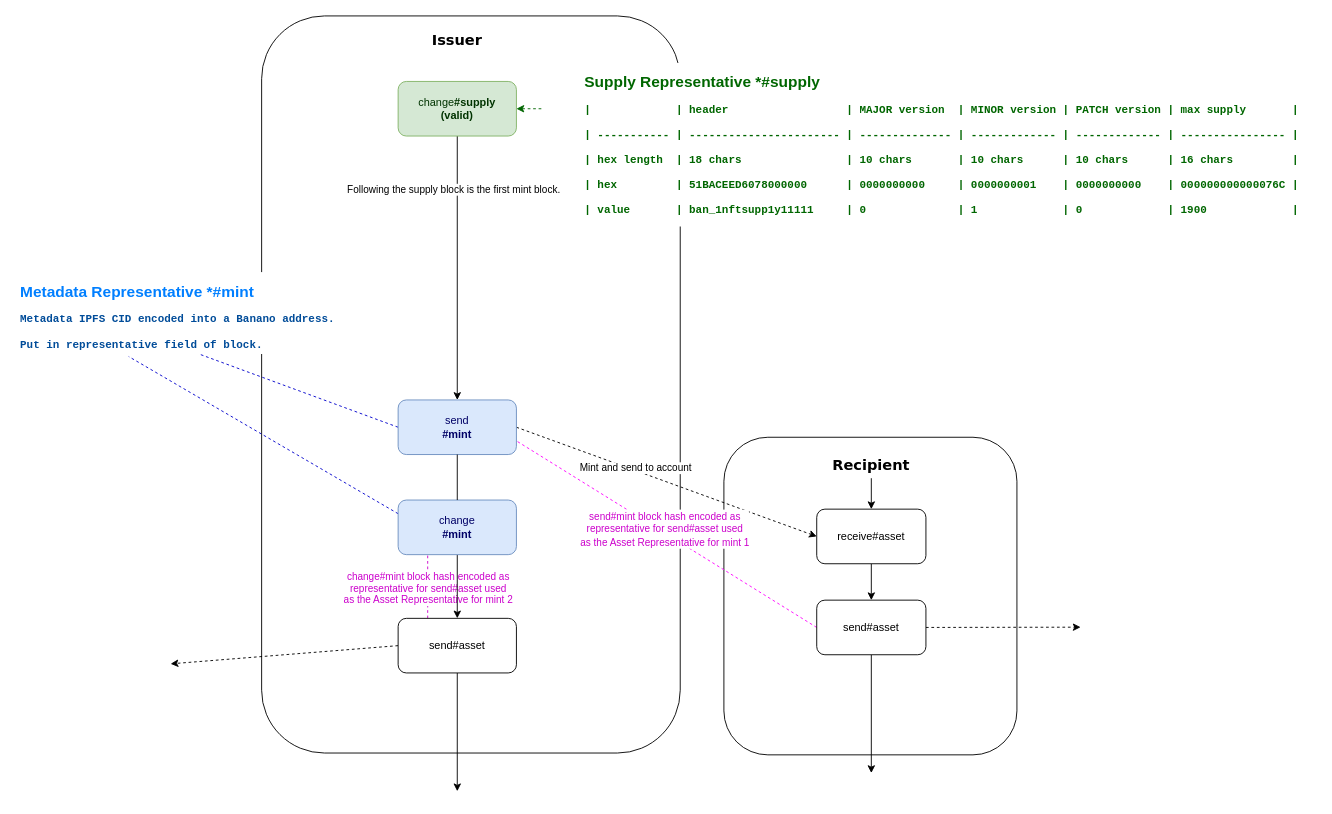
This is diagrams/supply-mint-send-receive-simple.drawio from Airtune/73-meta-tokens, a draw.io file, before an edit. Source tidied: cells renumbered, new cells numbered last; positions are measured from the earlier drawing's top-left corner, leaving out a move shared by most shapes. Both pictures are drawn from the tidied source at 91%, with x=0, y=0 at pixel (15, 15).
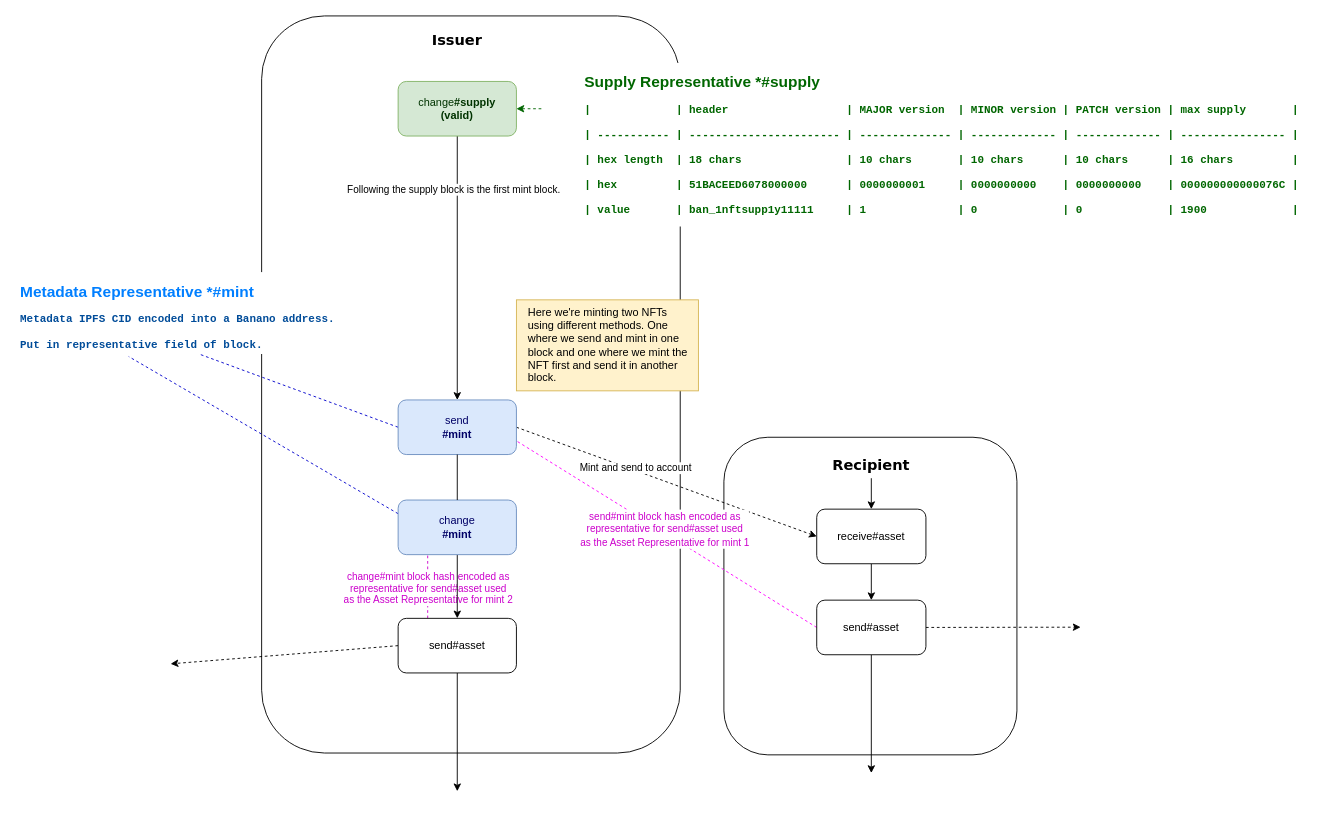
The same diagram, later.

Commit message (it also covers changes not shown here):
Update diagrams to use v1.0.0 for supply blocks

Change to the diagram source:
```diff
@@
-    <mxCell id="4" value="&lt;p style=&quot;line-height: 1&quot;&gt;&lt;/p&gt;&lt;h1 style=&quot;font-size: 17px&quot;&gt;Supply Representative *#supply&lt;/h1&gt;&lt;p&gt;&lt;font face=&quot;Courier New&quot;&gt;&lt;b style=&quot;line-height: 1.2&quot;&gt;|&amp;nbsp; &amp;nbsp; &amp;nbsp; &amp;nbsp; &amp;nbsp; &amp;nbsp; &amp;nbsp;| header&amp;nbsp; &amp;nbsp; &amp;nbsp; &amp;nbsp; &amp;nbsp; &amp;nbsp; &amp;nbsp; &amp;nbsp; &amp;nbsp; | MAJOR version&amp;nbsp; | MINOR version | PATCH version | max supply&amp;nbsp; &amp;nbsp; &amp;nbsp; &amp;nbsp;|&lt;/b&gt;&lt;/font&gt;&lt;/p&gt;&lt;p&gt;&lt;font face=&quot;Courier New&quot;&gt;&lt;b&gt;| ----------- | ----------------------- | -------------- | ------------- | ------------- | ---------------- |&lt;/b&gt;&lt;/font&gt;&lt;/p&gt;&lt;p&gt;&lt;font face=&quot;Courier New&quot;&gt;&lt;b style=&quot;line-height: 1.2&quot;&gt;| hex length&amp;nbsp; | 18 chars&amp;nbsp; &amp;nbsp; &amp;nbsp; &amp;nbsp; &amp;nbsp; &amp;nbsp; &amp;nbsp; &amp;nbsp; | 10 chars&amp;nbsp; &amp;nbsp; &amp;nbsp; &amp;nbsp;| 10 chars&amp;nbsp; &amp;nbsp; &amp;nbsp; | 10 chars&amp;nbsp; &amp;nbsp; &amp;nbsp; | 16 chars&amp;nbsp; &amp;nbsp; &amp;nbsp; &amp;nbsp; &amp;nbsp;|&lt;/b&gt;&lt;/font&gt;&lt;/p&gt;&lt;p&gt;&lt;font face=&quot;Courier New&quot;&gt;&lt;b&gt;| hex&amp;nbsp; &amp;nbsp; &amp;nbsp; &amp;nbsp; &amp;nbsp;| 51BACEED6078000000&amp;nbsp; &amp;nbsp; &amp;nbsp; | 0000000000&amp;nbsp; &amp;nbsp; &amp;nbsp;| 0000000001&amp;nbsp; &amp;nbsp; | 0000000000&amp;nbsp; &amp;nbsp; | 000000000000076C |&lt;/b&gt;&lt;/font&gt;&lt;/p&gt;&lt;p&gt;&lt;font face=&quot;Courier New&quot;&gt;&lt;b&gt;| value&amp;nbsp; &amp;nbsp; &amp;nbsp; &amp;nbsp;| ban_1nftsupp1y11111&amp;nbsp; &amp;nbsp; &amp;nbsp;| 0&amp;nbsp; &amp;nbsp; &amp;nbsp; &amp;nbsp; &amp;nbsp; &amp;nbsp; &amp;nbsp; | 1&amp;nbsp; &amp;nbsp; &amp;nbsp; &amp;nbsp; &amp;nbsp; &amp;nbsp; &amp;nbsp;| 0&amp;nbsp; &amp;nbsp; &amp;nbsp; &amp;nbsp; &amp;nbsp; &amp;nbsp; &amp;nbsp;| 1900&amp;nbsp; &amp;nbsp; &amp;nbsp; &amp;nbsp; &amp;nbsp; &amp;nbsp; &amp;nbsp;|&lt;/b&gt;&lt;/font&gt;&lt;/p&gt;&lt;p&gt;&lt;/p&gt;" style="text;html=1;strokeColor=none;fillColor=none;spacing=5;spacingTop=-20;whiteSpace=wrap;overflow=hidden;rounded=0;labelBackgroundColor=default;fontColor=#006600;" parent="1" vertex="1">
+    <mxCell id="4" value="&lt;p style=&quot;line-height: 1&quot;&gt;&lt;/p&gt;&lt;h1 style=&quot;font-size: 17px&quot;&gt;Supply Representative *#supply&lt;/h1&gt;&lt;p&gt;&lt;font face=&quot;Courier New&quot;&gt;&lt;b style=&quot;line-height: 1.2&quot;&gt;|&amp;nbsp; &amp;nbsp; &amp;nbsp; &amp;nbsp; &amp;nbsp; &amp;nbsp; &amp;nbsp;| header&amp;nbsp; &amp;nbsp; &amp;nbsp; &amp;nbsp; &amp;nbsp; &amp;nbsp; &amp;nbsp; &amp;nbsp; &amp;nbsp; | MAJOR version&amp;nbsp; | MINOR version | PATCH version | max supply&amp;nbsp; &amp;nbsp; &amp;nbsp; &amp;nbsp;|&lt;/b&gt;&lt;/font&gt;&lt;/p&gt;&lt;p&gt;&lt;font face=&quot;Courier New&quot;&gt;&lt;b&gt;| ----------- | ----------------------- | -------------- | ------------- | ------------- | ---------------- |&lt;/b&gt;&lt;/font&gt;&lt;/p&gt;&lt;p&gt;&lt;font face=&quot;Courier New&quot;&gt;&lt;b style=&quot;line-height: 1.2&quot;&gt;| hex length&amp;nbsp; | 18 chars&amp;nbsp; &amp;nbsp; &amp;nbsp; &amp;nbsp; &amp;nbsp; &amp;nbsp; &amp;nbsp; &amp;nbsp; | 10 chars&amp;nbsp; &amp;nbsp; &amp;nbsp; &amp;nbsp;| 10 chars&amp;nbsp; &amp;nbsp; &amp;nbsp; | 10 chars&amp;nbsp; &amp;nbsp; &amp;nbsp; | 16 chars&amp;nbsp; &amp;nbsp; &amp;nbsp; &amp;nbsp; &amp;nbsp;|&lt;/b&gt;&lt;/font&gt;&lt;/p&gt;&lt;p&gt;&lt;font face=&quot;Courier New&quot;&gt;&lt;b&gt;| hex&amp;nbsp; &amp;nbsp; &amp;nbsp; &amp;nbsp; &amp;nbsp;| 51BACEED6078000000&amp;nbsp; &amp;nbsp; &amp;nbsp; |&amp;nbsp;&lt;/b&gt;&lt;/font&gt;&lt;b style=&quot;font-family: &amp;quot;Courier New&amp;quot;;&quot;&gt;0000000001&lt;/b&gt;&lt;font face=&quot;Courier New&quot;&gt;&lt;b&gt;&amp;nbsp;&amp;nbsp; &amp;nbsp; | 0000000000&amp;nbsp; &amp;nbsp; | 0000000000&amp;nbsp; &amp;nbsp; | 000000000000076C |&lt;/b&gt;&lt;/font&gt;&lt;/p&gt;&lt;p&gt;&lt;font face=&quot;Courier New&quot;&gt;&lt;b&gt;| value&amp;nbsp; &amp;nbsp; &amp;nbsp; &amp;nbsp;| ban_1nftsupp1y11111&amp;nbsp; &amp;nbsp; &amp;nbsp;| 1&amp;nbsp; &amp;nbsp; &amp;nbsp; &amp;nbsp; &amp;nbsp; &amp;nbsp; &amp;nbsp; | 0&amp;nbsp; &amp;nbsp; &amp;nbsp; &amp;nbsp; &amp;nbsp; &amp;nbsp; &amp;nbsp;| 0&amp;nbsp; &amp;nbsp; &amp;nbsp; &amp;nbsp; &amp;nbsp; &amp;nbsp; &amp;nbsp;| 1900&amp;nbsp; &amp;nbsp; &amp;nbsp; &amp;nbsp; &amp;nbsp; &amp;nbsp; &amp;nbsp;|&lt;/b&gt;&lt;/font&gt;&lt;/p&gt;&lt;p&gt;&lt;/p&gt;" style="text;html=1;strokeColor=none;fillColor=none;spacing=5;spacingTop=-20;whiteSpace=wrap;overflow=hidden;rounded=0;labelBackgroundColor=default;fontColor=#006600;" parent="1" vertex="1">
       <mxGeometry x="620" y="62" width="810" height="170" as="geometry" />
     </mxCell>
@@
+    <mxCell id="33" value="Here we're minting two NFTs using different methods. One where we send and mint in one block and one where we mint the NFT first and send it in another block." style="text;html=1;strokeColor=#d6b656;fillColor=#fff2cc;align=left;verticalAlign=middle;whiteSpace=wrap;rounded=0;spacing=13;" parent="1" vertex="1">
+      <mxGeometry x="550" y="312" width="200" height="100" as="geometry" />
+    </mxCell>
```
